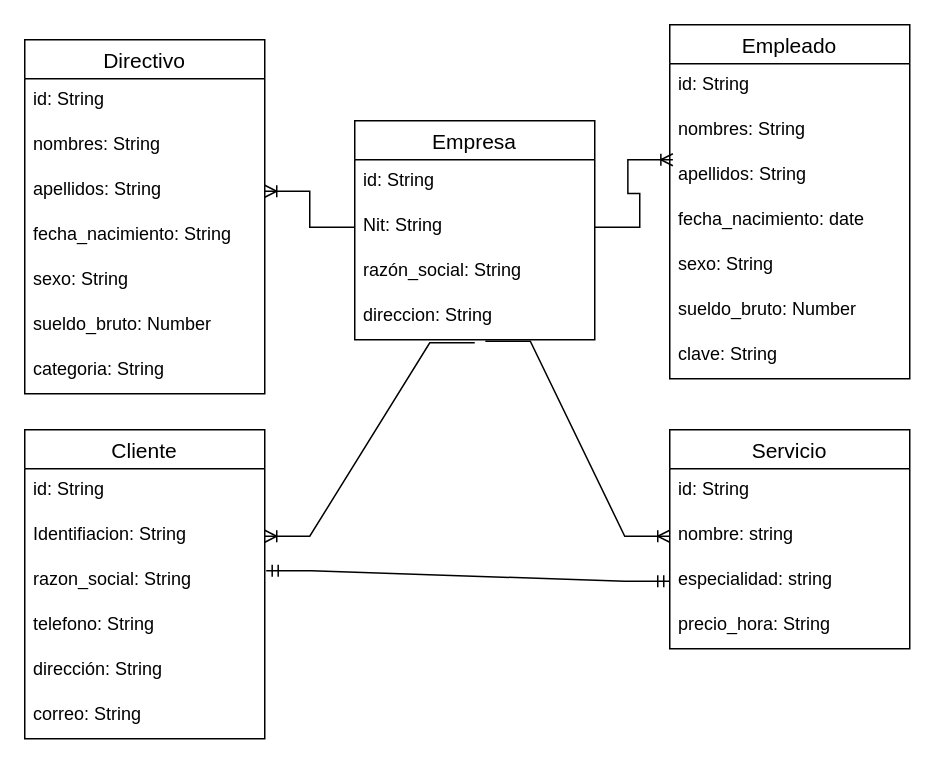
Before: Documentos base/modelo ER- proyecto Ash.drawio in hpinzon9/Gestion-Servicios-TIC-ASH, a draw.io diagram. Source tidied: cells renumbered, new cells numbered last; positions are measured from the earlier drawing's top-left corner, leaving out a move shared by most shapes. Both pictures are drawn from the tidied source at 150%, with x=0, y=0 at pixel (24, 24).
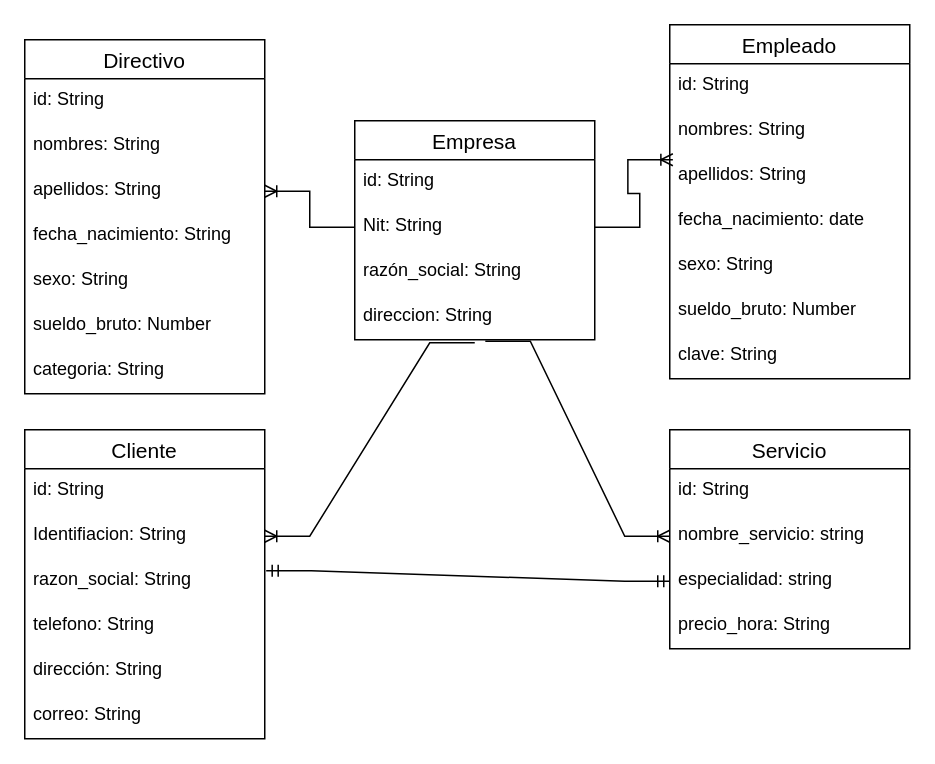
Above is the later version.

The change refers to these unchanged cells:
```xml
<mxCell id="30" value="Servicio" style="swimlane;fontStyle=0;horizontal=1;startSize=26;align=center;fontSize=14;" parent="1" vertex="1">
  <mxGeometry x="430" y="270" width="160" height="146" as="geometry" />
</mxCell>
```

Diff of the diagram source:
```diff
@@
-    <mxCell id="32" value="nombre: string" style="text;strokeColor=none;fillColor=none;spacingLeft=4;spacingRight=4;overflow=hidden;points=[[0,0.5],[1,0.5]];portConstraint=eastwest;fontSize=12;" parent="30" vertex="1">
+    <mxCell id="32" value="nombre_servicio: string" style="text;strokeColor=none;fillColor=none;spacingLeft=4;spacingRight=4;overflow=hidden;points=[[0,0.5],[1,0.5]];portConstraint=eastwest;fontSize=12;" parent="30" vertex="1">
       <mxGeometry y="56" width="160" height="30" as="geometry" />
     </mxCell>
```
